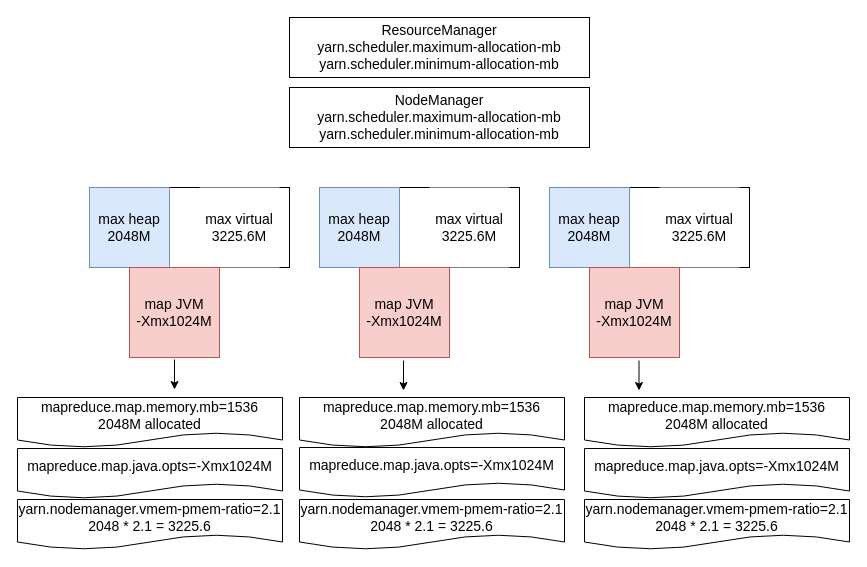
Before: mr-mm.drawio in ddxygq/Image, a draw.io diagram. Source tidied: cells renumbered, new cells numbered last; positions are measured from the earlier drawing's top-left corner, leaving out a move shared by most shapes. Both pictures are drawn from the tidied source at 100%, with x=0, y=0 at pixel (17, 17).
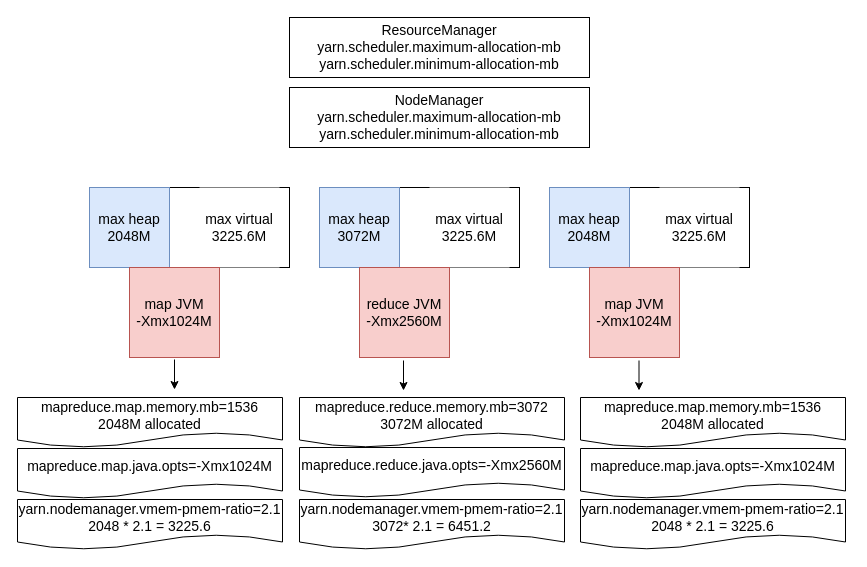
After the change.

Diff of the diagram source:
```diff
@@
-    <mxCell id="10" value="max heap&lt;br&gt;2048M" style="whiteSpace=wrap;html=1;fontSize=14;fillColor=#dae8fc;strokeColor=#6c8ebf;" parent="1" vertex="1">
+    <mxCell id="10" value="max heap&lt;br&gt;3072M" style="whiteSpace=wrap;html=1;fontSize=14;fillColor=#dae8fc;strokeColor=#6c8ebf;" parent="1" vertex="1">
       <mxGeometry x="302" y="170" width="80" height="80" as="geometry" />
     </mxCell>
@@
-    <mxCell id="12" value="map JVM&lt;br&gt;-Xmx1024M" style="whiteSpace=wrap;html=1;fontSize=14;fillColor=#f8cecc;strokeColor=#b85450;" parent="1" vertex="1">
+    <mxCell id="12" value="reduce JVM&lt;br&gt;-Xmx2560M" style="whiteSpace=wrap;html=1;fontSize=14;fillColor=#f8cecc;strokeColor=#b85450;" parent="1" vertex="1">
       <mxGeometry x="342" y="250" width="90" height="90" as="geometry" />
     </mxCell>
@@
-    <mxCell id="20" value="mapreduce.map.memory.mb=1536&lt;br&gt;2048M allocated" style="shape=document;whiteSpace=wrap;html=1;boundedLbl=1;rounded=0;fontSize=14;fillColor=#ffffff;" parent="1" vertex="1">
+    <mxCell id="20" value="mapreduce.reduce.memory.mb=3072&lt;br&gt;3072M allocated" style="shape=document;whiteSpace=wrap;html=1;boundedLbl=1;rounded=0;fontSize=14;fillColor=#ffffff;" parent="1" vertex="1">
       <mxGeometry x="282" y="380" width="265" height="50" as="geometry" />
     </mxCell>
-    <mxCell id="21" value="mapreduce.map.java.opts=-Xmx1024M" style="shape=document;whiteSpace=wrap;html=1;boundedLbl=1;rounded=0;fontSize=14;fillColor=#ffffff;" parent="1" vertex="1">
+    <mxCell id="21" value="mapreduce.reduce.java.opts=-Xmx2560M" style="shape=document;whiteSpace=wrap;html=1;boundedLbl=1;rounded=0;fontSize=14;fillColor=#ffffff;" parent="1" vertex="1">
       <mxGeometry x="282" y="430" width="265" height="50" as="geometry" />
     </mxCell>
-    <mxCell id="22" value="yarn.nodemanager.vmem-pmem-ratio=2.1&lt;br&gt;2048 * 2.1 = 3225.6" style="shape=document;whiteSpace=wrap;html=1;boundedLbl=1;rounded=0;fontSize=14;fillColor=#ffffff;" parent="1" vertex="1">
+    <mxCell id="22" value="yarn.nodemanager.vmem-pmem-ratio=2.1&lt;br&gt;3072* 2.1 = 6451.2" style="shape=document;whiteSpace=wrap;html=1;boundedLbl=1;rounded=0;fontSize=14;fillColor=#ffffff;" parent="1" vertex="1">
       <mxGeometry x="282" y="482" width="265" height="50" as="geometry" />
     </mxCell>
     <mxCell id="23" value="mapreduce.map.memory.mb=1536&lt;br&gt;2048M allocated" style="shape=document;whiteSpace=wrap;html=1;boundedLbl=1;rounded=0;fontSize=14;fillColor=#ffffff;" parent="1" vertex="1">
-      <mxGeometry x="567" y="380" width="265" height="50" as="geometry" />
+      <mxGeometry x="563" y="380" width="265" height="50" as="geometry" />
     </mxCell>
     <mxCell id="24" value="mapreduce.map.java.opts=-Xmx1024M" style="shape=document;whiteSpace=wrap;html=1;boundedLbl=1;rounded=0;fontSize=14;fillColor=#ffffff;" parent="1" vertex="1">
-      <mxGeometry x="567" y="431" width="265" height="50" as="geometry" />
+      <mxGeometry x="563" y="431" width="265" height="50" as="geometry" />
     </mxCell>
     <mxCell id="25" value="yarn.nodemanager.vmem-pmem-ratio=2.1&lt;br&gt;2048 * 2.1 = 3225.6" style="shape=document;whiteSpace=wrap;html=1;boundedLbl=1;rounded=0;fontSize=14;fillColor=#ffffff;" parent="1" vertex="1">
-      <mxGeometry x="567" y="482" width="265" height="50" as="geometry" />
+      <mxGeometry x="563" y="482" width="265" height="50" as="geometry" />
     </mxCell>
```
